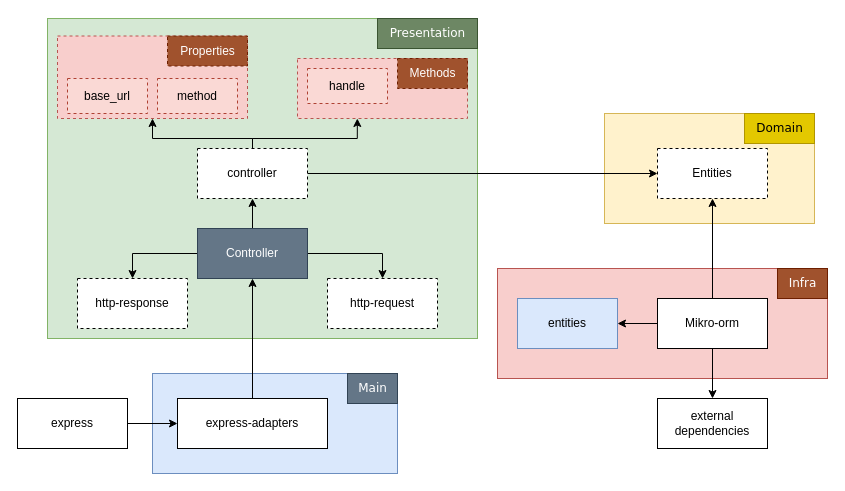
The draw.io diagram documentation/project-architecture.drawio in joaonotfound/motor-malwee, before the edit. Source tidied: cells renumbered, new cells numbered last; positions are measured from the earlier drawing's top-left corner, leaving out a move shared by most shapes. Both pictures are drawn from the tidied source at 100%, with x=0, y=0 at pixel (17, 18).
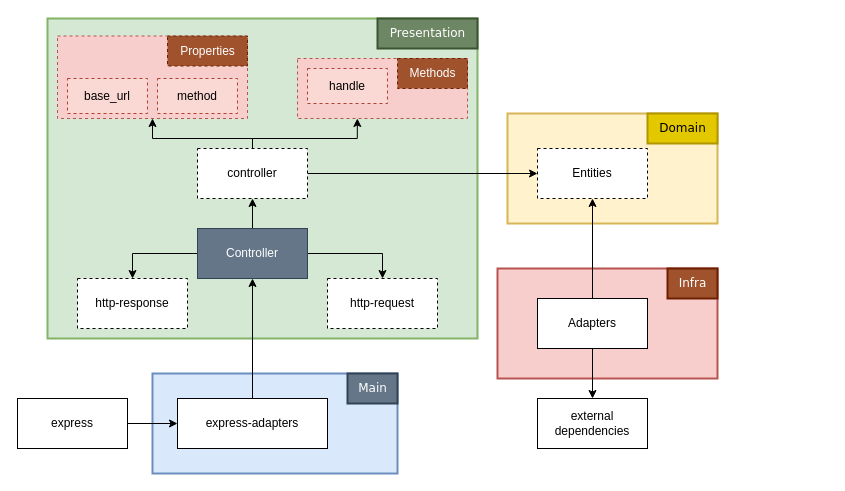
Above is the later version.

Change to the diagram source:
```diff
@@
+    <mxCell id="16" style="rounded=0;whiteSpace=wrap;html=1;fillColor=#f8cecc;strokeColor=#b85450;strokeWidth=2;" parent="1" vertex="1">
+      <mxGeometry x="480" y="250" width="220" height="110" as="geometry" />
+    </mxCell>
-    <mxCell id="2" style="rounded=0;whiteSpace=wrap;html=1;fillColor=#fff2cc;strokeColor=#d6b656;" parent="1" vertex="1">
-      <mxGeometry x="587" y="95" width="210" height="110" as="geometry" />
+    <mxCell id="2" style="rounded=0;whiteSpace=wrap;html=1;fillColor=#fff2cc;strokeColor=#d6b656;strokeWidth=2;" parent="1" vertex="1">
+      <mxGeometry x="490" y="95" width="210" height="110" as="geometry" />
     </mxCell>
-    <mxCell id="3" style="rounded=0;whiteSpace=wrap;html=1;fillColor=#d5e8d4;strokeColor=#82b366;fontFamily=Verdana;" parent="1" vertex="1">
+    <mxCell id="3" style="rounded=0;whiteSpace=wrap;html=1;fillColor=#d5e8d4;strokeColor=#82b366;fontFamily=Verdana;strokeWidth=2;" parent="1" vertex="1">
       <mxGeometry x="30" width="430" height="320" as="geometry" />
     </mxCell>
-    <mxCell id="4" style="rounded=0;whiteSpace=wrap;html=1;fillColor=#dae8fc;strokeColor=#6c8ebf;" parent="1" vertex="1">
+    <mxCell id="4" style="rounded=0;whiteSpace=wrap;html=1;fillColor=#dae8fc;strokeColor=#6c8ebf;strokeWidth=2;" parent="1" vertex="1">
       <mxGeometry x="135" y="355" width="245" height="100" as="geometry" />
     </mxCell>
@@
     <mxCell id="15" value="Entities" style="rounded=0;whiteSpace=wrap;html=1;dashed=1;" parent="1" vertex="1">
-      <mxGeometry x="640" y="130" width="110" height="50" as="geometry" />
+      <mxGeometry x="520" y="130" width="110" height="50" as="geometry" />
     </mxCell>
-    <mxCell id="16" style="rounded=0;whiteSpace=wrap;html=1;fillColor=#f8cecc;strokeColor=#b85450;" parent="1" vertex="1">
-      <mxGeometry x="480" y="250" width="330" height="110" as="geometry" />
-    </mxCell>
-    <mxCell id="17" style="edgeStyle=orthogonalEdgeStyle;rounded=0;jettySize=auto;html=1;exitX=0.5;exitY=1;exitDx=0;exitDy=0;entryX=0.5;entryY=0;entryDx=0;entryDy=0;" parent="1" edge="1" source="19" target="20">
+    <mxCell id="17" style="edgeStyle=orthogonalEdgeStyle;rounded=0;jettySize=auto;html=1;exitX=0.5;exitY=1;exitDx=0;exitDy=0;" parent="1" edge="1" source="19" target="20">
       <mxGeometry relative="1" as="geometry" />
     </mxCell>
-    <mxCell id="18" style="edgeStyle=orthogonalEdgeStyle;rounded=0;jettySize=auto;html=1;exitX=0;exitY=0.5;exitDx=0;exitDy=0;fontFamily=Verdana;" parent="1" edge="1" source="19" target="29">
-      <mxGeometry relative="1" as="geometry" />
-    </mxCell>
-    <mxCell id="19" value="Mikro-orm" style="rounded=0;whiteSpace=wrap;html=1;" parent="1" vertex="1">
-      <mxGeometry x="640" y="280" width="110" height="50" as="geometry" />
+    <mxCell id="19" value="Adapters" style="rounded=0;whiteSpace=wrap;html=1;" parent="1" vertex="1">
+      <mxGeometry x="520" y="280" width="110" height="50" as="geometry" />
     </mxCell>
-    <mxCell id="20" value="external dependencies" style="rounded=0;whiteSpace=wrap;html=1;" parent="1" vertex="1">
-      <mxGeometry x="640" y="380" width="110" height="50" as="geometry" />
-    </mxCell>
@@
-    <mxCell id="25" value="Presentation" style="text;html=1;align=center;verticalAlign=middle;strokeColor=#3A5431;fillColor=#6d8764;fontFamily=Verdana;fontColor=#ffffff;" parent="1" vertex="1">
+    <mxCell id="25" value="Presentation" style="text;html=1;align=center;verticalAlign=middle;strokeColor=#3A5431;fillColor=#6d8764;fontFamily=Verdana;fontColor=#ffffff;strokeWidth=2;" parent="1" vertex="1">
       <mxGeometry x="360" width="100" height="30" as="geometry" />
     </mxCell>
-    <mxCell id="26" value="Main" style="text;html=1;align=center;verticalAlign=middle;strokeColor=#314354;fillColor=#647687;fontFamily=Verdana;fontColor=#ffffff;" parent="1" vertex="1">
+    <mxCell id="26" value="Main" style="text;html=1;align=center;verticalAlign=middle;strokeColor=#314354;fillColor=#647687;fontFamily=Verdana;fontColor=#ffffff;strokeWidth=2;" parent="1" vertex="1">
       <mxGeometry x="330" y="355" width="50" height="30" as="geometry" />
     </mxCell>
-    <mxCell id="27" value="Domain" style="text;html=1;align=center;verticalAlign=middle;strokeColor=#B09500;fillColor=#e3c800;fontFamily=Verdana;fontColor=#000000;" parent="1" vertex="1">
-      <mxGeometry x="727" y="95" width="70" height="30" as="geometry" />
+    <mxCell id="27" value="Domain" style="text;html=1;align=center;verticalAlign=middle;strokeColor=#B09500;fillColor=#e3c800;fontFamily=Verdana;fontColor=#000000;strokeWidth=2;" parent="1" vertex="1">
+      <mxGeometry x="630" y="95" width="70" height="30" as="geometry" />
     </mxCell>
-    <mxCell id="28" value="Infra" style="text;html=1;align=center;verticalAlign=middle;strokeColor=#6D1F00;fillColor=#a0522d;fontFamily=Verdana;fontColor=#ffffff;" parent="1" vertex="1">
-      <mxGeometry x="760" y="250" width="50" height="30" as="geometry" />
+    <mxCell id="28" value="Infra" style="text;html=1;align=center;verticalAlign=middle;strokeColor=#6D1F00;fillColor=#a0522d;fontFamily=Verdana;fontColor=#ffffff;strokeWidth=2;" parent="1" vertex="1">
+      <mxGeometry x="650" y="250" width="50" height="30" as="geometry" />
     </mxCell>
-    <mxCell id="29" value="entities" style="rounded=0;whiteSpace=wrap;html=1;fillColor=#dae8fc;strokeColor=#6c8ebf;" parent="1" vertex="1">
-      <mxGeometry x="500" y="280" width="100" height="50" as="geometry" />
-    </mxCell>
@@
+    <mxCell id="20" value="external dependencies" style="rounded=0;whiteSpace=wrap;html=1;" parent="1" vertex="1">
+      <mxGeometry x="520" y="380" width="110" height="50" as="geometry" />
+    </mxCell>
```
